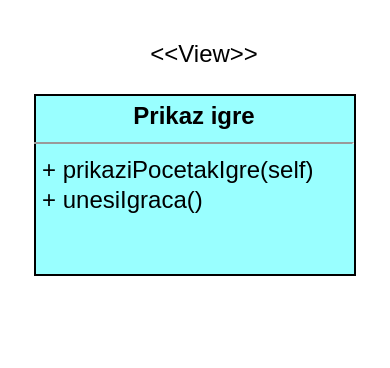
Before: page "Dijagram klasa pogleda Battleship" (9 of 9) of Dijagram.drawio in LukaFarkas99/Battleship, a draw.io diagram. Source tidied: cells renumbered, new cells numbered last; positions are measured from the earlier drawing's top-left corner, leaving out a move shared by most shapes. Both pictures are drawn from the tidied source at 200%, with x=0, y=0 at pixel (34, 34).
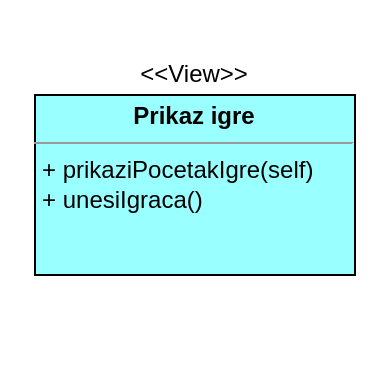
The same diagram, later.

What changed in the source:
```diff
@@
 <mxGraphModel>
   <root>
     <mxCell id="0" />
     <mxCell id="1" parent="0" />
-    <mxCell id="2" style="group;fillColor=#FFFFFF;" parent="1" vertex="1">
+    <mxCell id="2" style="group;" parent="1" vertex="1">
       <mxGeometry width="160" height="150" as="geometry" />
     </mxCell>
     <mxCell id="3" value="&lt;p style=&quot;margin: 0px ; margin-top: 4px ; text-align: center&quot;&gt;&lt;b&gt;Prikaz igre&lt;/b&gt;&lt;/p&gt;&lt;hr size=&quot;1&quot;&gt;&lt;p style=&quot;margin: 0px ; margin-left: 4px&quot;&gt;+ prikaziPocetakIgre(self)&lt;/p&gt;&lt;p style=&quot;margin: 0px ; margin-left: 4px&quot;&gt;+ unesiIgraca()&lt;/p&gt;" style="verticalAlign=top;align=left;overflow=fill;fontSize=12;fontFamily=Helvetica;html=1;fillColor=#99FFFF;" parent="2" vertex="1">
       <mxGeometry y="30" width="160" height="90" as="geometry" />
     </mxCell>
     <mxCell id="4" value="&amp;lt;&amp;lt;View&amp;gt;&amp;gt;" style="text;html=1;strokeColor=none;fillColor=none;align=center;verticalAlign=middle;whiteSpace=wrap;rounded=0;" parent="2" vertex="1">
-      <mxGeometry x="65" width="40" height="20" as="geometry" />
+      <mxGeometry x="60" y="10" width="40" height="20" as="geometry" />
     </mxCell>
   </root>
 </mxGraphModel>
```
